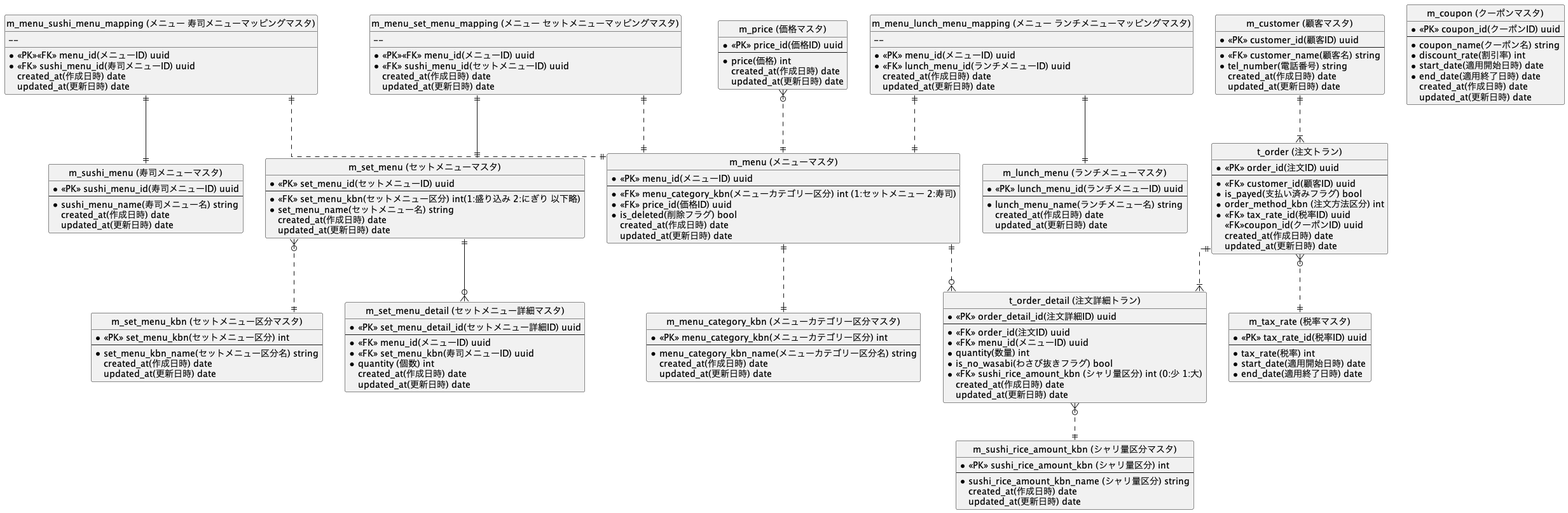
The PlantUML diagram 3EoeIxdSDCwWFR/DB/01_modeling/out/erd/test.png in praha-inc/praha-challenge-7, before a commit.
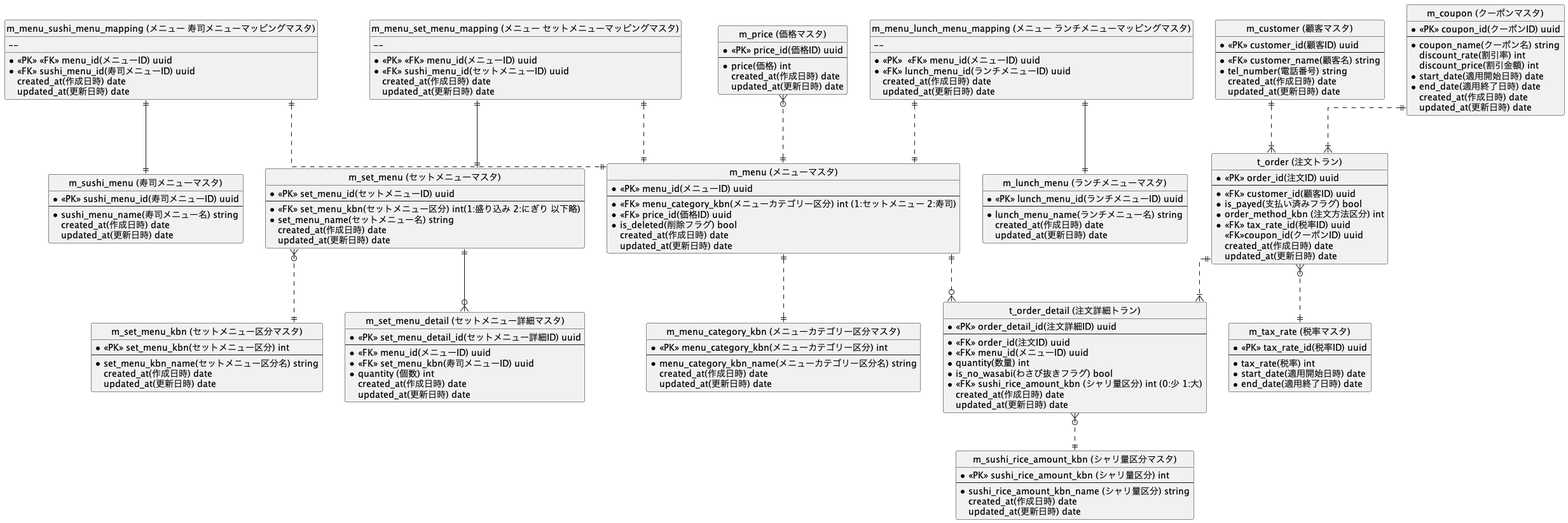
After the commit.

Commit message:
レビュー指摘事項を踏まえて修正

Diff of the diagram source:
```diff
@@ -48,7 +48,7 @@
  }
 
  entity "m_menu_sushi_menu_mapping (メニュー 寿司メニューマッピングマスタ)" as m_menu_sushi_menu_mapping {
-     * <<PK>><<FK>> menu_id(メニューID) uuid
+     * <<PK>> <<FK>> menu_id(メニューID) uuid
      --
      * <<FK>> sushi_menu_id(寿司メニューID) uuid
      created_at(作成日時) date
@@ -56,7 +56,7 @@
  }
 
  entity "m_menu_set_menu_mapping (メニュー セットメニューマッピングマスタ)" as m_menu_set_menu_mapping {
-     * <<PK>><<FK>> menu_id(メニューID) uuid
+     * <<PK>> <<FK>> menu_id(メニューID) uuid
      --
      * <<FK>> sushi_menu_id(セットメニューID) uuid
      created_at(作成日時) date
@@ -64,7 +64,7 @@
  }
 
  entity "m_menu_lunch_menu_mapping (メニュー ランチメニューマッピングマスタ)" as m_menu_lunch_menu_mapping {
-     * <<PK>> menu_id(メニューID) uuid
+     * <<PK>>  <<FK>> menu_id(メニューID) uuid
      --
      * <<FK>> lunch_menu_id(ランチメニューID) uuid
      created_at(作成日時) date
@@ -120,7 +120,8 @@
      * <<PK>> coupon_id(クーポンID) uuid
      --
      * coupon_name(クーポン名) string
-     * discount_rate(割引率) int
+     discount_rate(割引率) int
+     discount_price(割引金額) int
      * start_date(適用開始日時) date
      * end_date(適用終了日時) date
      created_at(作成日時) date
@@ -170,6 +171,7 @@
  m_menu_sushi_menu_mapping ||..|| m_menu
  m_menu_set_menu_mapping ||..|| m_menu
  m_menu_lunch_menu_mapping ||..||m_menu
+ m_coupon ||..|{ t_order
 
 
 
```
